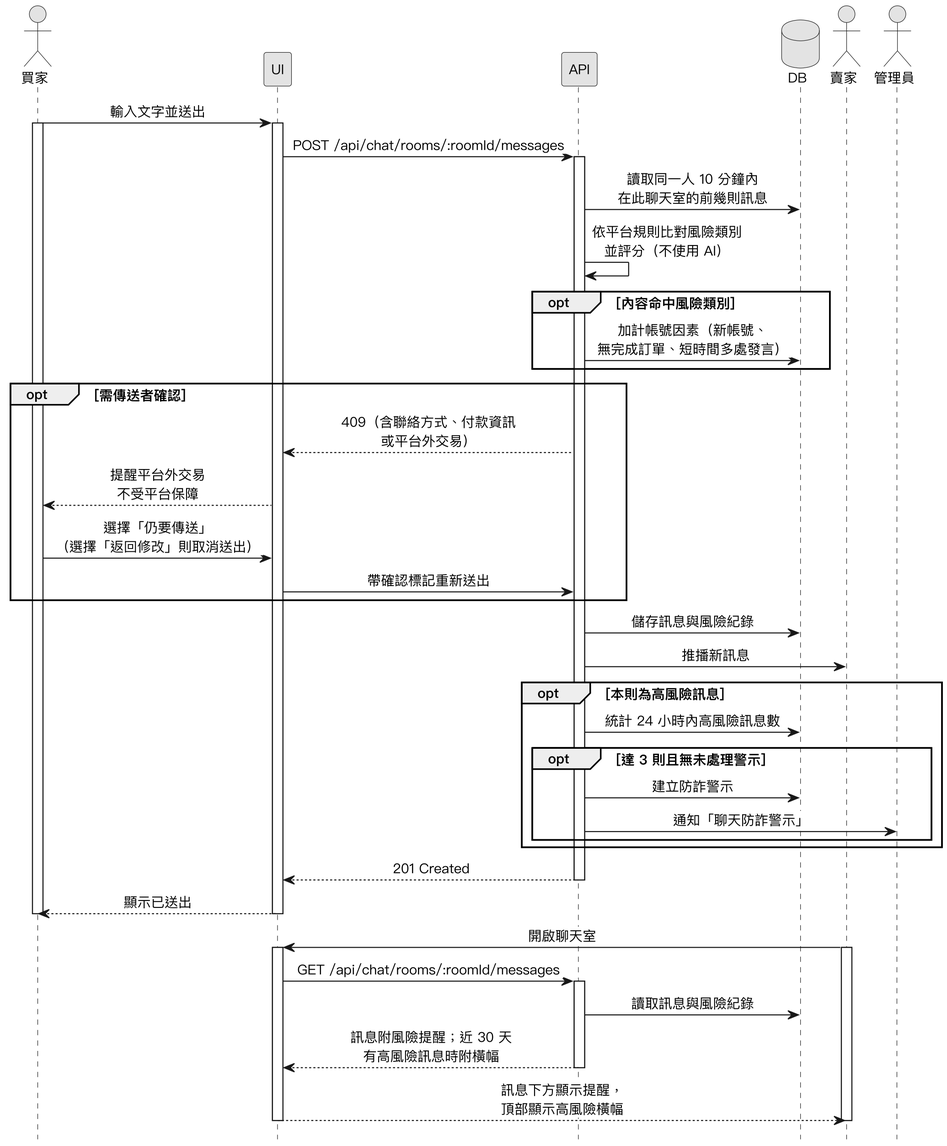
Before: Diagrams/Sequence Diagrams/v3/seq_chat_risk.png, a diagram exported from PlantUML (SaveMyBook/SaveMyBook).
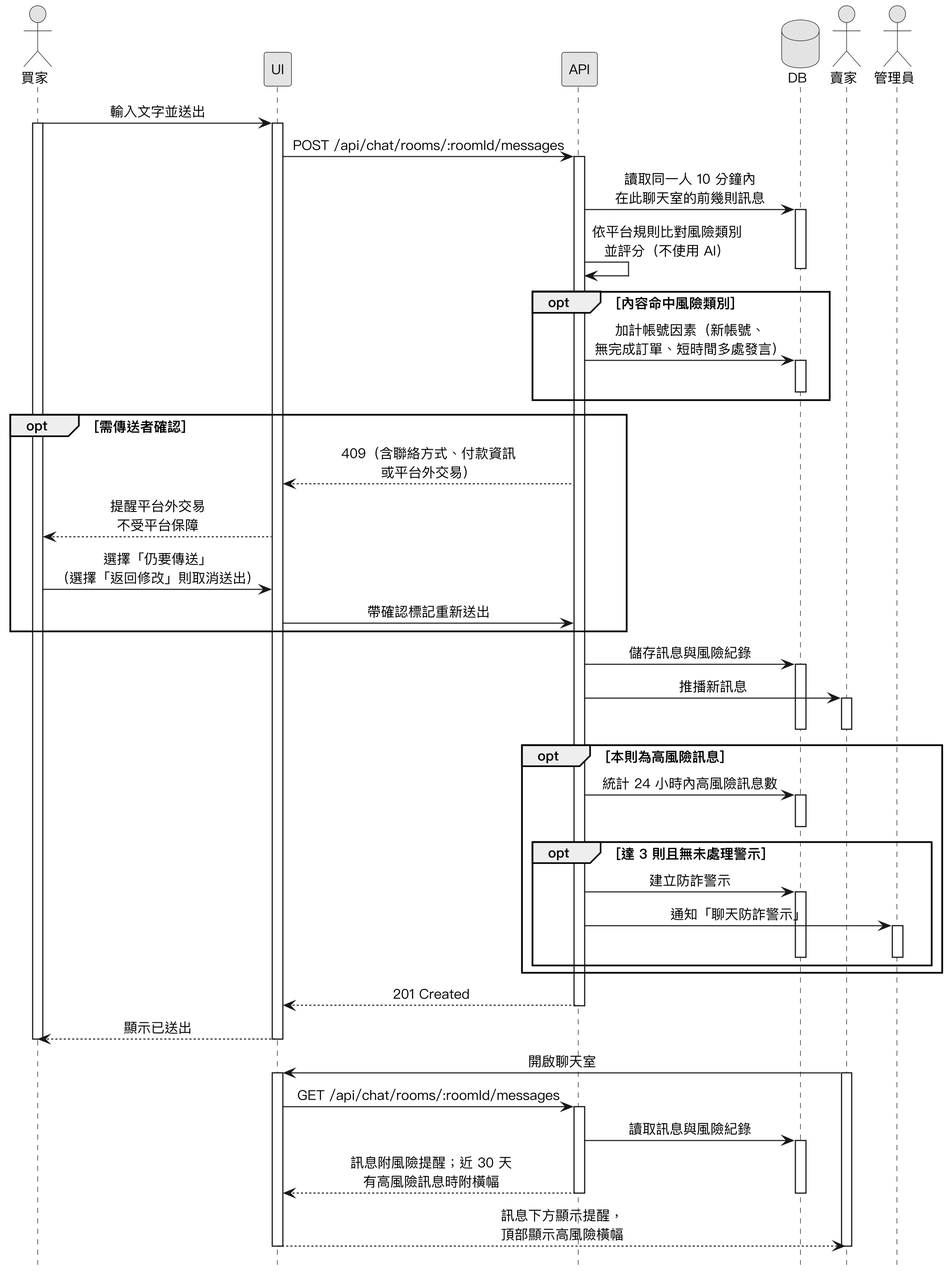
Later version of the same file.

What changed in the source:
```diff
@@ -21,9 +21,12 @@
 UI -> API : POST /api/chat/rooms/:roomId/messages
 activate API
 API -> DB : 讀取同一人 10 分鐘內\n在此聊天室的前幾則訊息
+activate DB
 API -> API : 依平台規則比對風險類別\n並評分（不使用 AI）
+deactivate DB
 opt 內容命中風險類別
-  API -> DB : 加計帳號因素（新帳號、\n無完成訂單、短時間多處發言）
+  API -> DB ++ : 加計帳號因素（新帳號、\n無完成訂單、短時間多處發言）
+  deactivate DB
 end
 opt 需傳送者確認
   API --> UI : 409（含聯絡方式、付款資訊\n或平台外交易）
@@ -32,12 +35,19 @@
   UI -> API : 帶確認標記重新送出
 end
 API -> DB : 儲存訊息與風險紀錄
-API -> 賣家 : 推播新訊息
+activate DB
+API -> 賣家 ++ : 推播新訊息
+deactivate DB
+deactivate 賣家
 opt 本則為高風險訊息
-  API -> DB : 統計 24 小時內高風險訊息數
+  API -> DB ++ : 統計 24 小時內高風險訊息數
+  deactivate DB
   opt 達 3 則且無未處理警示
     API -> DB : 建立防詐警示
-    API -> 管理員 : 通知「聊天防詐警示」
+    activate DB
+    API -> 管理員 ++ : 通知「聊天防詐警示」
+    deactivate DB
+    deactivate 管理員
   end
 end
 API --> UI : 201 Created
@@ -52,7 +62,9 @@
 UI -> API : GET /api/chat/rooms/:roomId/messages
 activate API
 API -> DB : 讀取訊息與風險紀錄
+activate DB
 API --> UI : 訊息附風險提醒；近 30 天\n有高風險訊息時附橫幅
+deactivate DB
 deactivate API
 UI --> 賣家 : 訊息下方顯示提醒，\n頂部顯示高風險橫幅
 deactivate UI
```
